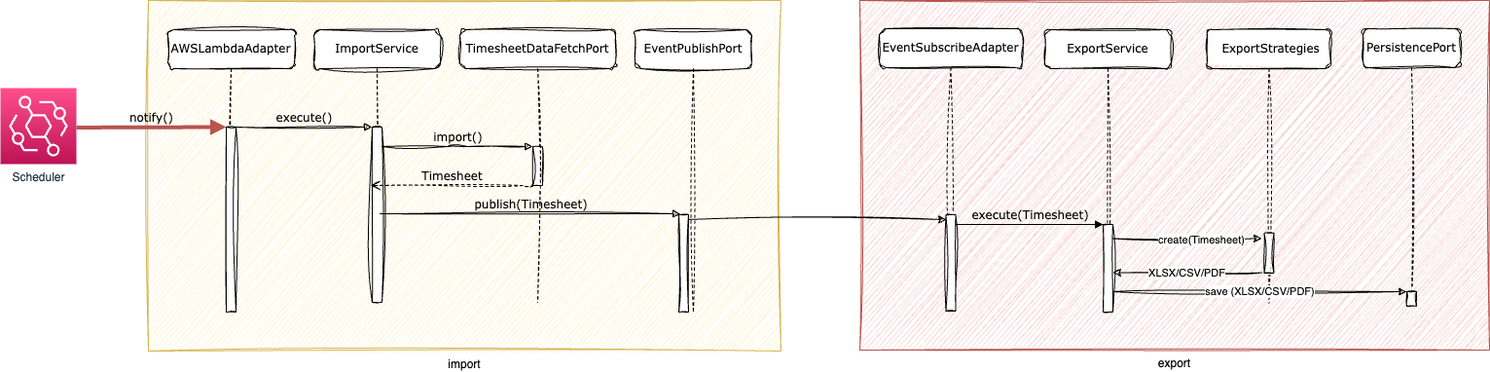
Earlier version of the draw.io export docs/assets/dynamic-level-1.drawio.png (tinohertlein/timesheet-wizard). Source tidied: cells renumbered, new cells last; positions are measured from the earlier drawing's top-left corner, leaving out a move shared by most shapes.
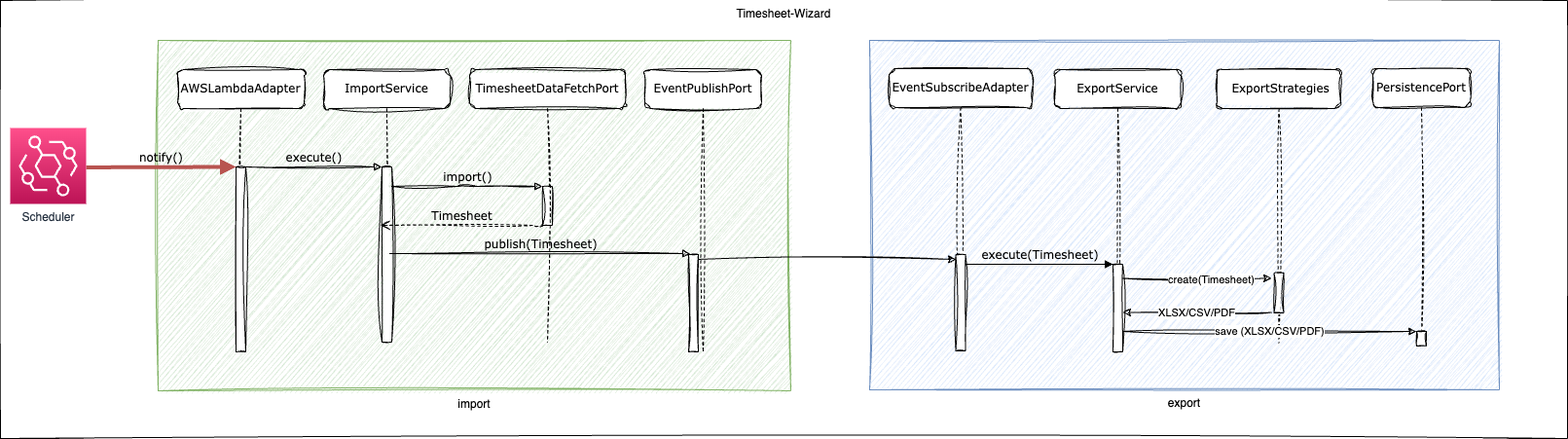
The same file after the commit.

Commit message:
docs: style dynamic diagram

What changed in the source:
```diff
@@ -2,10 +2,13 @@
   <root>
     <mxCell id="0" />
     <mxCell id="1" parent="0" />
+    <mxCell id="32" value="Timesheet-Wizard" style="rounded=0;whiteSpace=wrap;html=1;sketch=1;fillStyle=solid;verticalAlign=top;" parent="1" vertex="1">
+      <mxGeometry x="-10" y="-41" width="1610" height="450" as="geometry" />
+    </mxCell>
-    <mxCell id="2" value="export" style="rounded=0;whiteSpace=wrap;html=1;labelPosition=center;verticalLabelPosition=bottom;align=center;verticalAlign=top;sketch=1;curveFitting=1;jiggle=2;fillColor=#f8cecc;strokeColor=#b85450;" parent="1" vertex="1">
+    <mxCell id="2" value="export" style="rounded=0;whiteSpace=wrap;html=1;labelPosition=center;verticalLabelPosition=bottom;align=center;verticalAlign=top;sketch=1;curveFitting=1;jiggle=2;fillColor=#dae8fc;strokeColor=#6c8ebf;" parent="1" vertex="1">
       <mxGeometry x="883" width="647" height="359" as="geometry" />
     </mxCell>
-    <mxCell id="3" value="import" style="rounded=0;whiteSpace=wrap;html=1;labelPosition=center;verticalLabelPosition=bottom;align=center;verticalAlign=top;sketch=1;curveFitting=1;jiggle=2;fillColor=#fff2cc;strokeColor=#d6b656;" parent="1" vertex="1">
+    <mxCell id="3" value="import" style="rounded=0;whiteSpace=wrap;html=1;labelPosition=center;verticalLabelPosition=bottom;align=center;verticalAlign=top;sketch=1;curveFitting=1;jiggle=2;fillColor=#d5e8d4;strokeColor=#82b366;" parent="1" vertex="1">
       <mxGeometry x="152" width="650" height="360" as="geometry" />
     </mxCell>
     <mxCell id="4" value="ImportService" style="shape=umlLifeline;perimeter=lifelinePerimeter;whiteSpace=wrap;html=1;rounded=1;shadow=0;comic=0;labelBackgroundColor=none;strokeWidth=1;fontFamily=Verdana;fontSize=12;align=center;sketch=1;curveFitting=1;jiggle=2;" parent="1" vertex="1">
```
